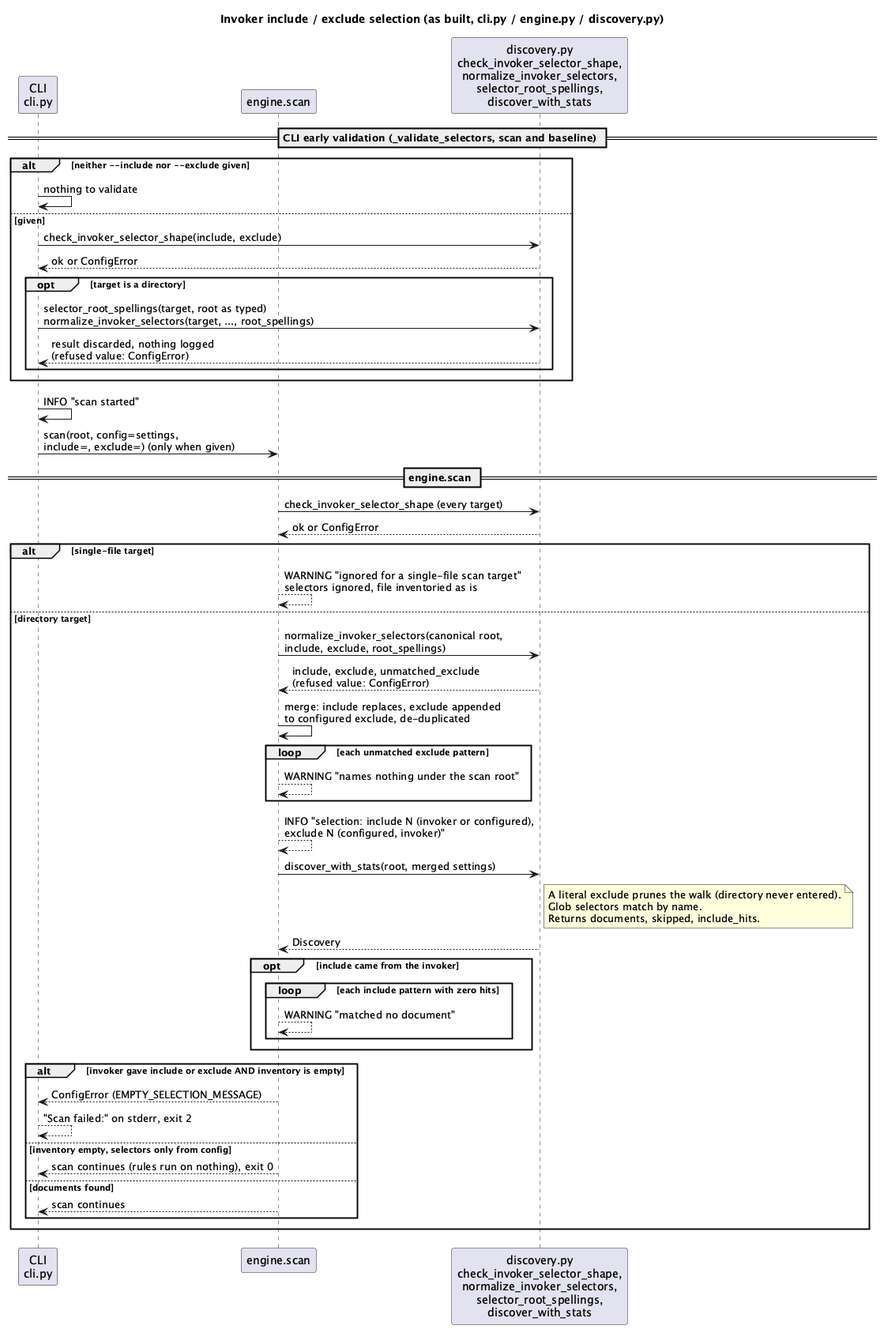
The PlantUML diagram docs/diagrams/sequence/scan-selection/scan-selection.png in yuchdev/DocSentinel, before a commit.
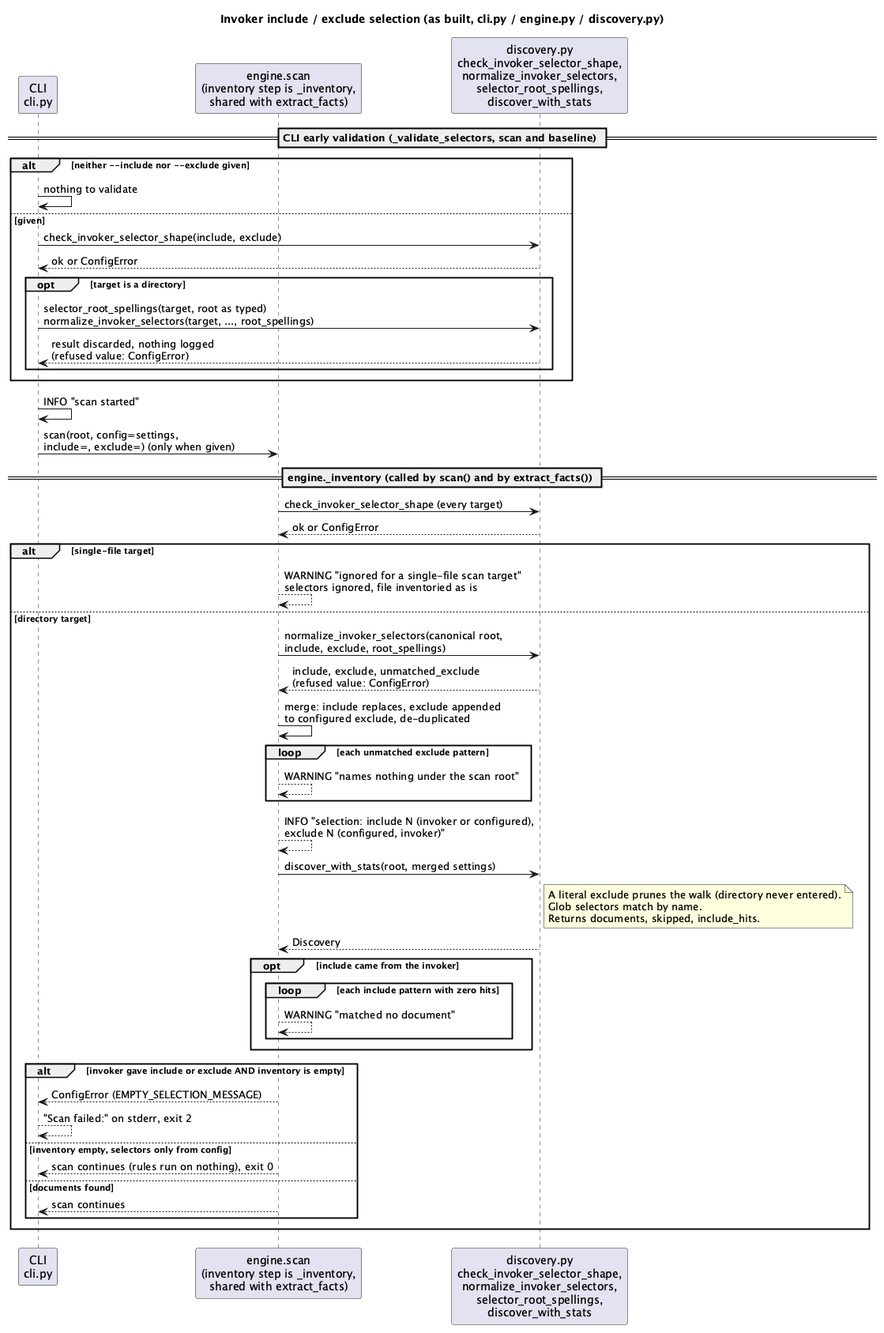
After the change.

Change to the diagram source:
```diff
@@ -4,7 +4,7 @@
 skinparam sequenceMessageAlign left
 
 participant "CLI\ncli.py" as cli
-participant "engine.scan" as engine
+participant "engine.scan\n(inventory step is _inventory,\nshared with extract_facts)" as engine
 participant "discovery.py\ncheck_invoker_selector_shape,\nnormalize_invoker_selectors,\nselector_root_spellings,\ndiscover_with_stats" as disc
 
 == CLI early validation (_validate_selectors, scan and baseline) ==
@@ -21,7 +21,7 @@
 cli -> cli : INFO "scan started"
 cli -> engine : scan(root, config=settings,\ninclude=, exclude=) (only when given)
 
-== engine.scan ==
+== engine._inventory (called by scan() and by extract_facts()) ==
 engine -> disc : check_invoker_selector_shape (every target)
 disc --> engine : ok or ConfigError
 alt single-file target
```
